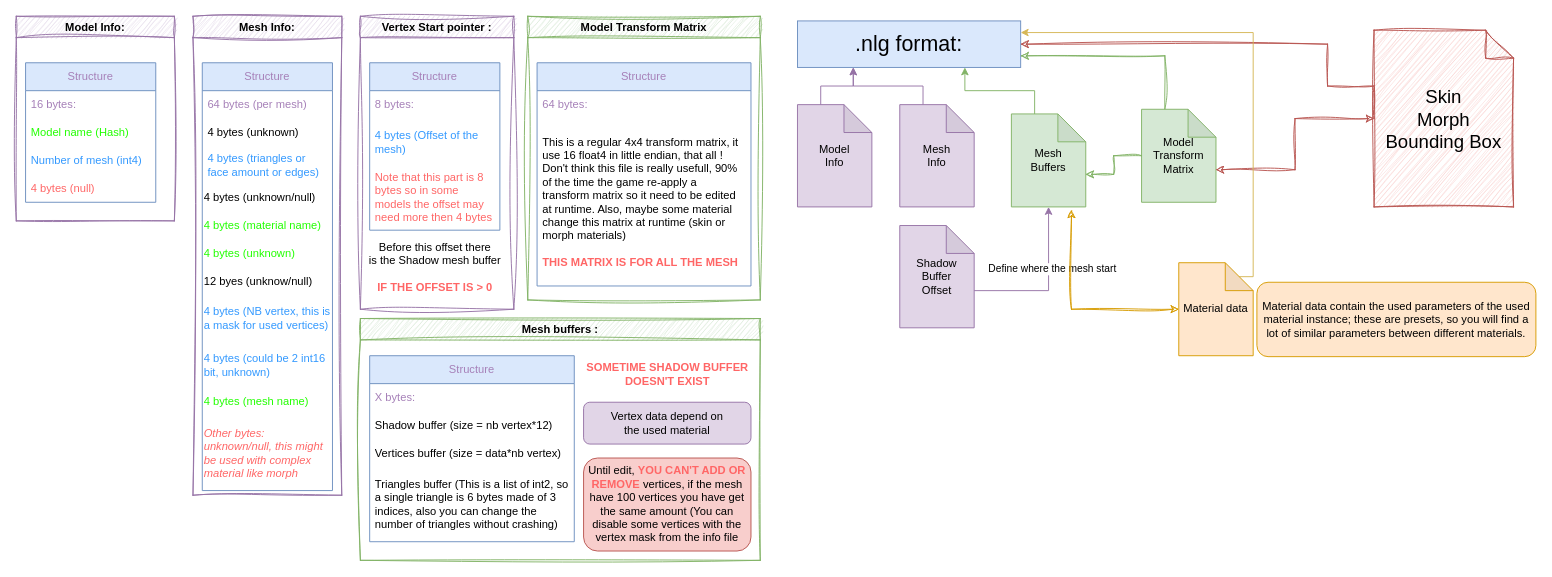
Ex-A01/Lm2HD-Materials-graph keeps this draw.io diagram as Model.drawio. Above is the earlier version. Source tidied: cells renumbered, new cells numbered last; positions are measured from the earlier drawing's top-left corner, leaving out a move shared by most shapes. Both pictures are drawn from the tidied source at 93%, with x=0, y=0 at pixel (16, 16).
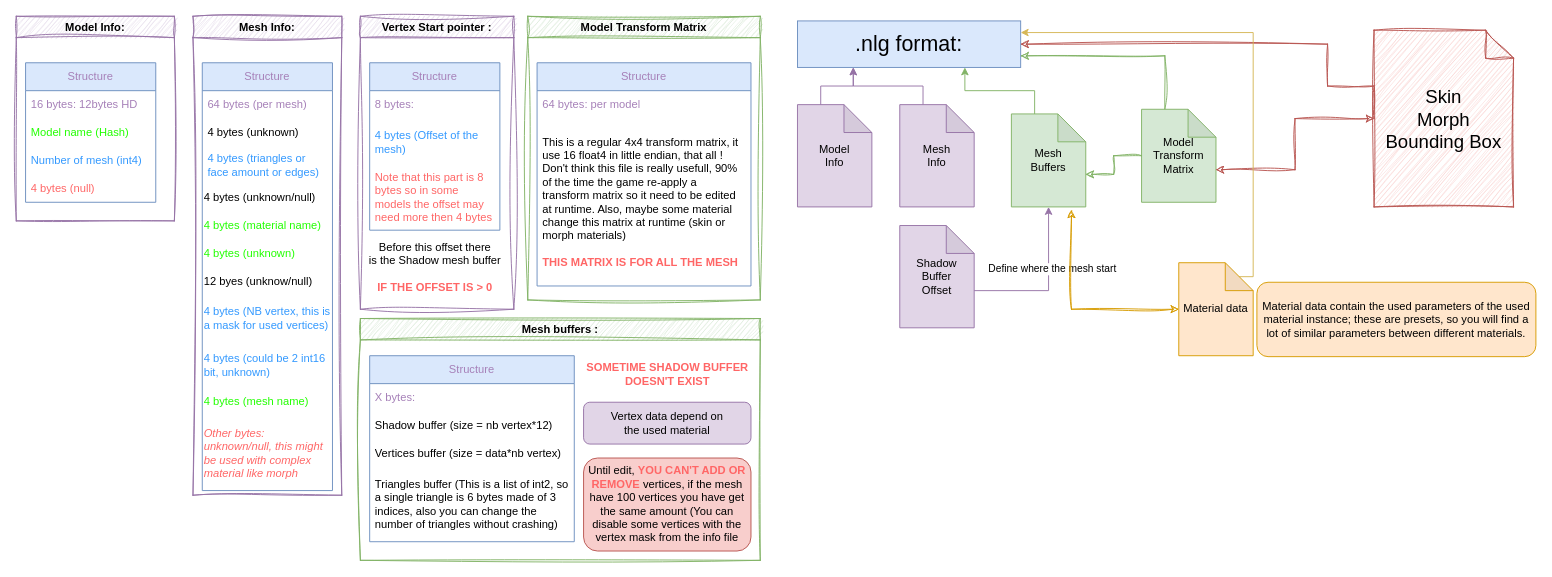
The same diagram, later.

Commit message:
Mettre à jour Model.drawio

The change refers to these unchanged cells:
```xml
<mxCell id="19" value="&lt;font color=&quot;#a680b8&quot;&gt;Structure&lt;/font&gt;" style="swimlane;fontStyle=0;horizontal=1;startSize=30;whiteSpace=wrap;html=1;fillColor=#dae8fc;strokeColor=#6c8ebf;" parent="18" vertex="1">
  <mxGeometry x="10" y="50" width="140" height="150" as="geometry" />
</mxCell>
<mxCell id="53" value="&lt;font color=&quot;#a680b8&quot;&gt;Structure&lt;/font&gt;" style="swimlane;fontStyle=0;horizontal=1;startSize=30;whiteSpace=wrap;html=1;fillColor=#dae8fc;strokeColor=#6c8ebf;" parent="52" vertex="1">
  <mxGeometry x="10" y="50" width="230" height="240" as="geometry" />
</mxCell>
```

The edit, as a diff of the source:
```diff
@@
-    <mxCell id="20" value="16 bytes:" style="text;strokeColor=none;fillColor=none;align=left;verticalAlign=middle;spacingLeft=4;spacingRight=4;overflow=hidden;whiteSpace=wrap;html=1;fontColor=#A680B8;" parent="19" vertex="1">
+    <mxCell id="20" value="16 bytes: 12bytes HD" style="text;strokeColor=none;fillColor=none;align=left;verticalAlign=middle;spacingLeft=4;spacingRight=4;overflow=hidden;whiteSpace=wrap;html=1;fontColor=#A680B8;" parent="19" vertex="1">
       <mxGeometry y="30" width="140" height="30" as="geometry" />
     </mxCell>
@@
-    <mxCell id="54" value="64 bytes:" style="text;strokeColor=none;fillColor=none;align=left;verticalAlign=middle;spacingLeft=4;spacingRight=4;overflow=hidden;whiteSpace=wrap;html=1;fontColor=#A680B8;" parent="53" vertex="1">
+    <mxCell id="54" value="64 bytes: per model" style="text;strokeColor=none;fillColor=none;align=left;verticalAlign=middle;spacingLeft=4;spacingRight=4;overflow=hidden;whiteSpace=wrap;html=1;fontColor=#A680B8;" parent="53" vertex="1">
       <mxGeometry y="30" width="230" height="30" as="geometry" />
     </mxCell>
```
